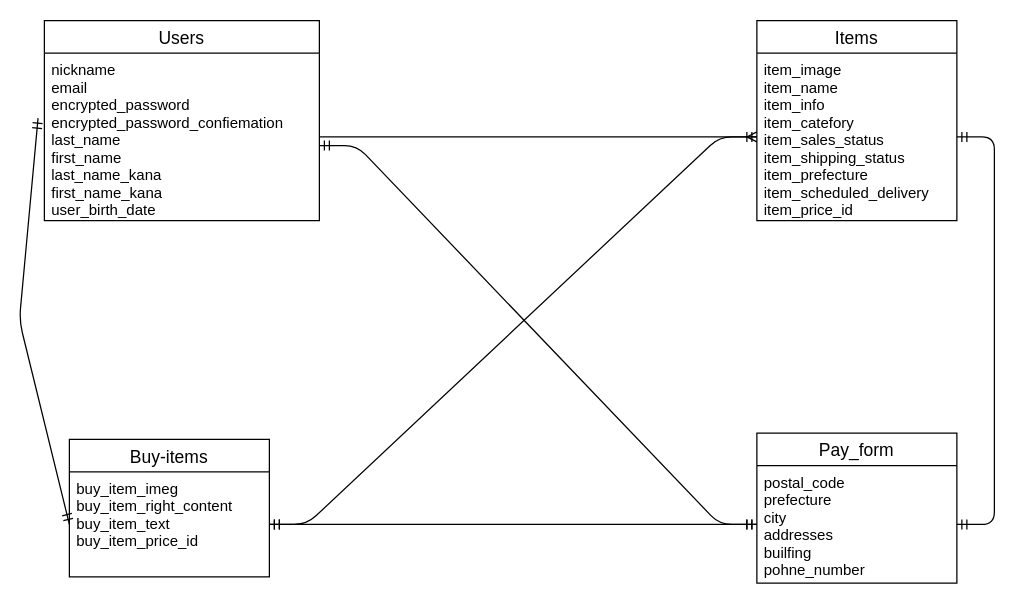
Earlier version of the draw.io diagram test.dio (Koba0822/furima-37893). Source tidied: cells renumbered, new cells numbered last; positions are measured from the earlier drawing's top-left corner, leaving out a move shared by most shapes. Both pictures are drawn from the tidied source at 125%, with x=0, y=0 at pixel (19, 20).
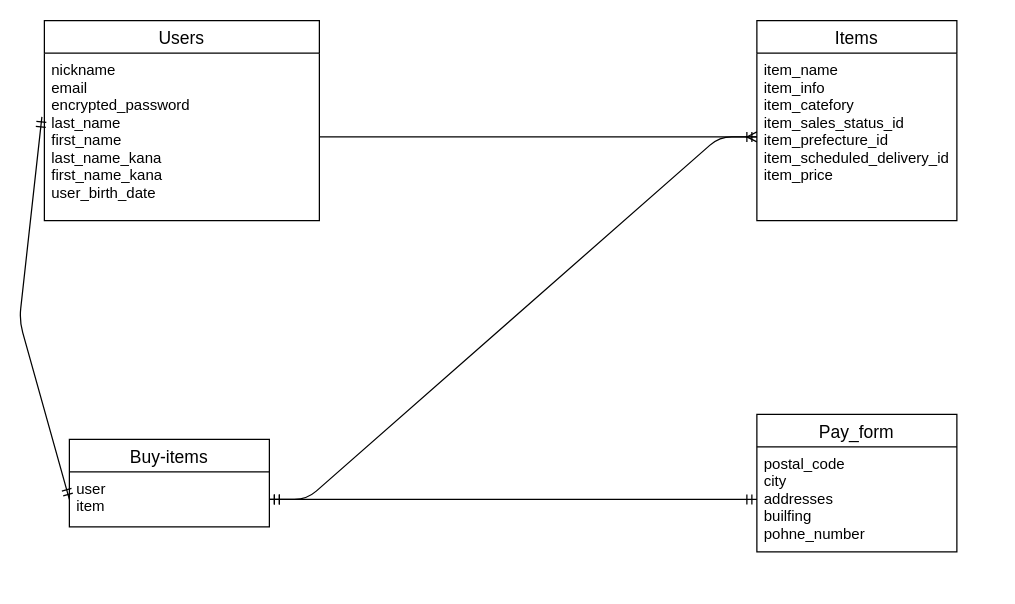
The same page after the edit.

Commit message (it also covers changes not shown here):
デーテーベース設計

The edit, as a diff of the source:
```diff
@@
 <mxGraphModel>
   <root>
     <mxCell id="0" />
     <mxCell id="1" parent="0" />
     <mxCell id="2" value="Items" style="swimlane;fontStyle=0;horizontal=1;startSize=26;align=center;fontSize=14;" parent="1" vertex="1">
       <mxGeometry x="590" width="160" height="160" as="geometry" />
     </mxCell>
     <mxCell id="3" value="Users" style="swimlane;fontStyle=0;horizontal=1;startSize=26;align=center;fontSize=14;" parent="1" vertex="1">
       <mxGeometry x="20" width="220" height="160" as="geometry" />
     </mxCell>
-    <mxCell id="4" value="nickname&#10;email&#10;encrypted_password&#10;encrypted_password_confiemation&#10;last_name&#10;first_name&#10;last_name_kana&#10;first_name_kana&#10;user_birth_date" style="text;strokeColor=none;fillColor=none;spacingLeft=4;spacingRight=4;overflow=hidden;points=[[0,0.5],[1,0.5]];portConstraint=eastwest;fontSize=12;" parent="3" vertex="1">
+    <mxCell id="4" value="nickname&#10;email&#10;encrypted_password&#10;last_name&#10;first_name&#10;last_name_kana&#10;first_name_kana&#10;user_birth_date" style="text;strokeColor=none;fillColor=none;spacingLeft=4;spacingRight=4;overflow=hidden;points=[[0,0.5],[1,0.5]];portConstraint=eastwest;fontSize=12;" parent="3" vertex="1">
       <mxGeometry y="26" width="220" height="134" as="geometry" />
     </mxCell>
     <mxCell id="5" value="Buy-items" style="swimlane;fontStyle=0;horizontal=1;startSize=26;align=center;fontSize=14;" parent="1" vertex="1">
-      <mxGeometry x="40" y="335" width="160" height="110" as="geometry" />
+      <mxGeometry x="40" y="335" width="160" height="70" as="geometry" />
     </mxCell>
-    <mxCell id="6" value="buy_item_imeg&#10;buy_item_right_content&#10;buy_item_text&#10;buy_item_price_id&#10;" style="text;strokeColor=none;fillColor=none;spacingLeft=4;spacingRight=4;overflow=hidden;points=[[0,0.5],[1,0.5]];portConstraint=eastwest;fontSize=12;" parent="5" vertex="1">
-      <mxGeometry y="26" width="160" height="84" as="geometry" />
+    <mxCell id="6" value="user&#10;item" style="text;strokeColor=none;fillColor=none;spacingLeft=4;spacingRight=4;overflow=hidden;points=[[0,0.5],[1,0.5]];portConstraint=eastwest;fontSize=12;" parent="5" vertex="1">
+      <mxGeometry y="26" width="160" height="44" as="geometry" />
     </mxCell>
     <mxCell id="7" style="edgeStyle=entityRelationEdgeStyle;fontSize=12;html=1;endArrow=ERmany;exitX=1;exitY=0.5;exitDx=0;exitDy=0;entryX=0;entryY=0.5;entryDx=0;entryDy=0;" parent="1" edge="1" source="4" target="14">
       <mxGeometry relative="1" as="geometry" />
     </mxCell>
     <mxCell id="8" value="Pay_form" style="swimlane;fontStyle=0;horizontal=1;startSize=26;align=center;fontSize=14;" parent="1" vertex="1">
-      <mxGeometry x="590" y="330" width="160" height="120" as="geometry" />
+      <mxGeometry x="590" y="315" width="160" height="110" as="geometry" />
     </mxCell>
-    <mxCell id="9" value="postal_code&#10;prefecture&#10;city&#10;addresses&#10;builfing&#10;pohne_number" style="text;strokeColor=none;fillColor=none;spacingLeft=4;spacingRight=4;overflow=hidden;points=[[0,0.5],[1,0.5]];portConstraint=eastwest;fontSize=12;" parent="8" vertex="1">
-      <mxGeometry y="26" width="160" height="94" as="geometry" />
+    <mxCell id="9" value="postal_code&#10;city&#10;addresses&#10;builfing&#10;pohne_number" style="text;strokeColor=none;fillColor=none;spacingLeft=4;spacingRight=4;overflow=hidden;points=[[0,0.5],[1,0.5]];portConstraint=eastwest;fontSize=12;" parent="8" vertex="1">
+      <mxGeometry y="26" width="160" height="84" as="geometry" />
     </mxCell>
     <mxCell id="10" style="edgeStyle=entityRelationEdgeStyle;fontSize=12;html=1;endArrow=ERmandOne;startArrow=ERmandOne;entryX=0;entryY=0.5;entryDx=0;entryDy=0;" parent="1" edge="1" source="6" target="9">
       <mxGeometry relative="1" as="geometry" />
     </mxCell>
     <mxCell id="11" style="edgeStyle=entityRelationEdgeStyle;fontSize=12;html=1;endArrow=ERmandOne;startArrow=ERmandOne;entryX=0;entryY=0.5;entryDx=0;entryDy=0;exitX=1;exitY=0.5;exitDx=0;exitDy=0;" parent="1" edge="1" source="6" target="14">
       <mxGeometry relative="1" as="geometry" />
     </mxCell>
-    <mxCell id="12" style="edgeStyle=entityRelationEdgeStyle;fontSize=12;html=1;endArrow=ERmandOne;startArrow=ERmandOne;exitX=1;exitY=0.552;exitDx=0;exitDy=0;exitPerimeter=0;entryX=0;entryY=0.5;entryDx=0;entryDy=0;" parent="1" edge="1" source="4" target="9">
-      <mxGeometry relative="1" as="geometry" />
-    </mxCell>
-    <mxCell id="13" style="fontSize=12;html=1;endArrow=ERmandOne;startArrow=ERmandOne;entryX=0;entryY=0.5;entryDx=0;entryDy=0;exitX=-0.023;exitY=0.388;exitDx=0;exitDy=0;exitPerimeter=0;" parent="1" edge="1" source="4" target="6">
+    <mxCell id="13" style="fontSize=12;html=1;endArrow=ERmandOne;startArrow=ERmandOne;entryX=0;entryY=0.5;entryDx=0;entryDy=0;exitX=-0.009;exitY=0.381;exitDx=0;exitDy=0;exitPerimeter=0;" parent="1" edge="1" source="4" target="6">
       <mxGeometry relative="1" as="geometry">
         <Array as="points">
           <mxPoint y="240" />
         </Array>
       </mxGeometry>
     </mxCell>
-    <mxCell id="14" value="item_image&#10;item_name&#10;item_info&#10;item_catefory&#10;item_sales_status&#10;item_shipping_status&#10;item_prefecture&#10;item_scheduled_delivery&#10;item_price_id&#10;" style="text;strokeColor=none;fillColor=none;spacingLeft=4;spacingRight=4;overflow=hidden;points=[[0,0.5],[1,0.5]];portConstraint=eastwest;fontSize=12;" parent="1" vertex="1">
+    <mxCell id="14" value="item_name&#10;item_info&#10;item_catefory&#10;item_sales_status_id&#10;item_prefecture_id&#10;item_scheduled_delivery_id&#10;item_price&#10;" style="text;strokeColor=none;fillColor=none;spacingLeft=4;spacingRight=4;overflow=hidden;points=[[0,0.5],[1,0.5]];portConstraint=eastwest;fontSize=12;" parent="1" vertex="1">
       <mxGeometry x="590" y="26" width="160" height="134" as="geometry" />
     </mxCell>
-    <mxCell id="15" style="edgeStyle=entityRelationEdgeStyle;fontSize=12;html=1;endArrow=ERmandOne;startArrow=ERmandOne;entryX=1;entryY=0.5;entryDx=0;entryDy=0;exitX=1;exitY=0.5;exitDx=0;exitDy=0;" parent="1" edge="1" source="9" target="14">
-      <mxGeometry relative="1" as="geometry" />
-    </mxCell>
   </root>
 </mxGraphModel>
```
